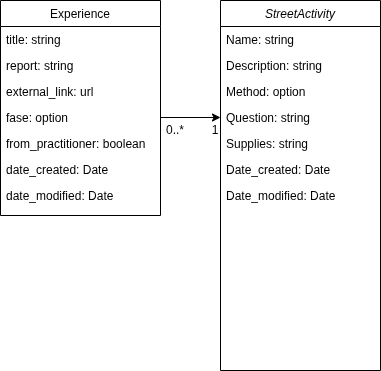
Earlier version of the draw.io export architecture/streetactivity_domainmodel.drawio.png (MxTheo/travelingguestbook). Source tidied: cells renumbered, new cells last; positions are measured from the earlier drawing's top-left corner, leaving out a move shared by most shapes.
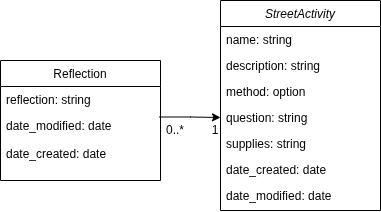
Above is the later version.

The edit, as a diff of the source:
```diff
@@ -3,55 +3,45 @@
     <mxCell id="0" />
     <mxCell id="1" parent="0" />
     <mxCell id="2" value="StreetActivity" style="swimlane;fontStyle=2;align=center;verticalAlign=top;horizontal=1;startSize=26;rounded=0;shadow=0;strokeWidth=1;" parent="1" vertex="1">
-      <mxGeometry x="220" width="160" height="370" as="geometry" />
+      <mxGeometry x="220" width="160" height="210" as="geometry" />
     </mxCell>
-    <mxCell id="3" value="Name: string" style="text;align=left;verticalAlign=top;spacingLeft=4;spacingRight=4;overflow=hidden;" parent="2" vertex="1">
+    <mxCell id="3" value="name: string" style="text;align=left;verticalAlign=top;spacingLeft=4;spacingRight=4;overflow=hidden;" parent="2" vertex="1">
       <mxGeometry y="26" width="160" height="26" as="geometry" />
     </mxCell>
-    <mxCell id="4" value="Description: string" style="text;align=left;verticalAlign=top;spacingLeft=4;spacingRight=4;overflow=hidden;rounded=0;shadow=0;html=0;" parent="2" vertex="1">
+    <mxCell id="4" value="description: string" style="text;align=left;verticalAlign=top;spacingLeft=4;spacingRight=4;overflow=hidden;rounded=0;shadow=0;html=0;" parent="2" vertex="1">
       <mxGeometry y="52" width="160" height="26" as="geometry" />
     </mxCell>
-    <mxCell id="5" value="Method: option" style="text;align=left;verticalAlign=top;spacingLeft=4;spacingRight=4;overflow=hidden;rounded=0;shadow=0;html=0;" parent="2" vertex="1">
+    <mxCell id="5" value="method: option" style="text;align=left;verticalAlign=top;spacingLeft=4;spacingRight=4;overflow=hidden;rounded=0;shadow=0;html=0;" parent="2" vertex="1">
       <mxGeometry y="78" width="160" height="26" as="geometry" />
     </mxCell>
-    <mxCell id="6" value="Question: string" style="text;align=left;verticalAlign=top;spacingLeft=4;spacingRight=4;overflow=hidden;points=[[0,0.5],[1,0.5]];portConstraint=eastwest;" parent="2" vertex="1">
+    <mxCell id="6" value="question: string" style="text;align=left;verticalAlign=top;spacingLeft=4;spacingRight=4;overflow=hidden;points=[[0,0.5],[1,0.5]];portConstraint=eastwest;" parent="2" vertex="1">
       <mxGeometry y="104" width="160" height="26" as="geometry" />
     </mxCell>
-    <mxCell id="7" value="Supplies: string" style="text;align=left;verticalAlign=top;spacingLeft=4;spacingRight=4;overflow=hidden;" parent="2" vertex="1">
+    <mxCell id="7" value="supplies: string" style="text;align=left;verticalAlign=top;spacingLeft=4;spacingRight=4;overflow=hidden;" parent="2" vertex="1">
       <mxGeometry y="130" width="160" height="26" as="geometry" />
     </mxCell>
-    <mxCell id="8" value="Date_created: Date&#10;" style="text;align=left;verticalAlign=top;spacingLeft=4;spacingRight=4;overflow=hidden;" parent="2" vertex="1">
+    <mxCell id="8" value="date_created: date&#10;" style="text;align=left;verticalAlign=top;spacingLeft=4;spacingRight=4;overflow=hidden;" parent="2" vertex="1">
       <mxGeometry y="156" width="160" height="26" as="geometry" />
     </mxCell>
-    <mxCell id="9" value="Date_modified: Date" style="text;align=left;verticalAlign=top;spacingLeft=4;spacingRight=4;overflow=hidden;" parent="2" vertex="1">
+    <mxCell id="9" value="date_modified: date" style="text;align=left;verticalAlign=top;spacingLeft=4;spacingRight=4;overflow=hidden;" parent="2" vertex="1">
       <mxGeometry y="182" width="160" height="26" as="geometry" />
     </mxCell>
-    <mxCell id="10" value="Experience" style="swimlane;fontStyle=0;align=center;verticalAlign=top;horizontal=1;startSize=26;rounded=0;shadow=0;strokeWidth=1;" parent="1" vertex="1">
-      <mxGeometry width="160" height="215" as="geometry" />
+    <mxCell id="10" value="Reflection" style="swimlane;fontStyle=0;align=center;verticalAlign=top;horizontal=1;startSize=26;rounded=0;shadow=0;strokeWidth=1;" parent="1" vertex="1">
+      <mxGeometry y="60" width="160" height="120" as="geometry" />
     </mxCell>
-    <mxCell id="11" value="title: string" style="text;align=left;verticalAlign=top;spacingLeft=4;spacingRight=4;overflow=hidden;" parent="10" vertex="1">
-      <mxGeometry y="26" width="160" height="26" as="geometry" />
-    </mxCell>
-    <mxCell id="12" value="report: string" style="text;align=left;verticalAlign=top;spacingLeft=4;spacingRight=4;overflow=hidden;rounded=0;shadow=0;html=0;" parent="10" vertex="1">
-      <mxGeometry y="52" width="160" height="26" as="geometry" />
+    <mxCell id="12" value="reflection: string" style="text;align=left;verticalAlign=top;spacingLeft=4;spacingRight=4;overflow=hidden;rounded=0;shadow=0;html=0;" parent="10" vertex="1">
+      <mxGeometry y="26" width="160" height="26" as="geometry" />
     </mxCell>
-    <mxCell id="13" value="external_link: url" style="text;align=left;verticalAlign=top;spacingLeft=4;spacingRight=4;overflow=hidden;rounded=0;shadow=0;html=0;" parent="10" vertex="1">
-      <mxGeometry y="78" width="160" height="26" as="geometry" />
-    </mxCell>
-    <mxCell id="14" value="fase: option" style="text;align=left;verticalAlign=top;spacingLeft=4;spacingRight=4;overflow=hidden;points=[[0,0.5],[1,0.5]];portConstraint=eastwest;rounded=0;shadow=0;html=0;" parent="10" vertex="1">
-      <mxGeometry y="104" width="160" height="26" as="geometry" />
-    </mxCell>
-    <mxCell id="15" value="from_practitioner: boolean" style="text;align=left;verticalAlign=top;spacingLeft=4;spacingRight=4;overflow=hidden;rounded=0;shadow=0;html=0;" parent="10" vertex="1">
-      <mxGeometry y="130" width="160" height="26" as="geometry" />
-    </mxCell>
+    <mxCell id="17" value="date_modified: date" style="text;align=left;verticalAlign=top;spacingLeft=4;spacingRight=4;overflow=hidden;rounded=0;shadow=0;html=0;" parent="10" vertex="1">
+      <mxGeometry y="52" width="160" height="28" as="geometry" />
+    </mxCell>
-    <mxCell id="16" value="date_created: Date" style="text;align=left;verticalAlign=top;spacingLeft=4;spacingRight=4;overflow=hidden;rounded=0;shadow=0;html=0;" parent="10" vertex="1">
-      <mxGeometry y="156" width="160" height="26" as="geometry" />
+    <mxCell id="16" value="date_created: date" style="text;align=left;verticalAlign=top;spacingLeft=4;spacingRight=4;overflow=hidden;rounded=0;shadow=0;html=0;" parent="10" vertex="1">
+      <mxGeometry y="80" width="160" height="26" as="geometry" />
     </mxCell>
-    <mxCell id="17" value="date_modified: Date" style="text;align=left;verticalAlign=top;spacingLeft=4;spacingRight=4;overflow=hidden;rounded=0;shadow=0;html=0;" parent="10" vertex="1">
-      <mxGeometry y="182" width="160" height="26" as="geometry" />
-    </mxCell>
-    <mxCell id="18" style="edgeStyle=orthogonalEdgeStyle;rounded=0;jettySize=auto;html=1;entryX=0;entryY=0.5;entryDx=0;entryDy=0;" parent="1" edge="1" source="14" target="6">
-      <mxGeometry relative="1" as="geometry" />
+    <mxCell id="18" style="edgeStyle=orthogonalEdgeStyle;rounded=0;jettySize=auto;html=1;entryX=0;entryY=0.5;entryDx=0;entryDy=0;exitX=0.994;exitY=0.327;exitDx=0;exitDy=0;exitPerimeter=0;" parent="1" edge="1" target="6">
+      <mxGeometry relative="1" as="geometry">
+        <mxPoint x="159" y="116.5" as="sourcePoint" />
+      </mxGeometry>
     </mxCell>
     <mxCell id="19" value="0..*" style="text;html=1;align=center;verticalAlign=middle;whiteSpace=wrap;rounded=0;" parent="1" vertex="1">
       <mxGeometry x="160" y="120" width="30" height="20" as="geometry" />
```
